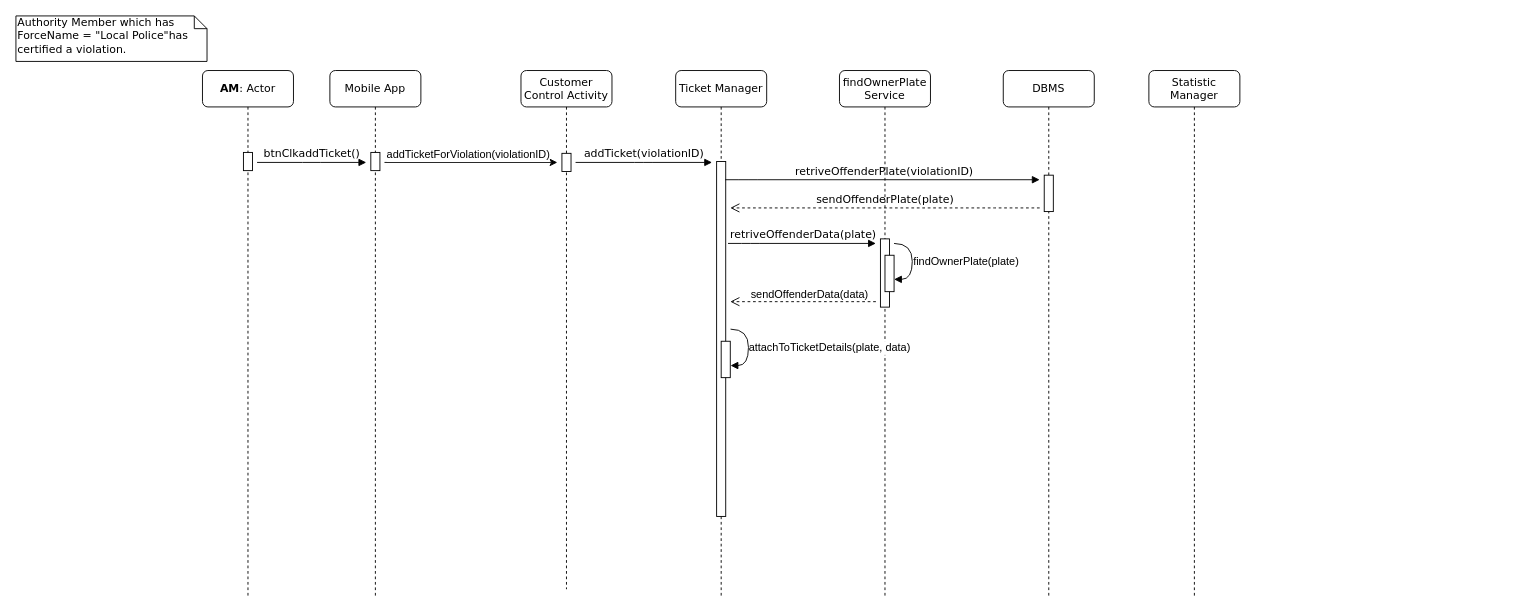
valearm/SafeStreets-Project-SE2 keeps this draw.io diagram as DD/sequenceDiagram/Untitled Diagram.drawio. Above is the earlier version. Source tidied: cells renumbered, new cells numbered last; positions are measured from the earlier drawing's top-left corner, leaving out a move shared by most shapes. Both pictures are drawn from the tidied source at 91%, with x=0, y=0 at pixel (15, 15).
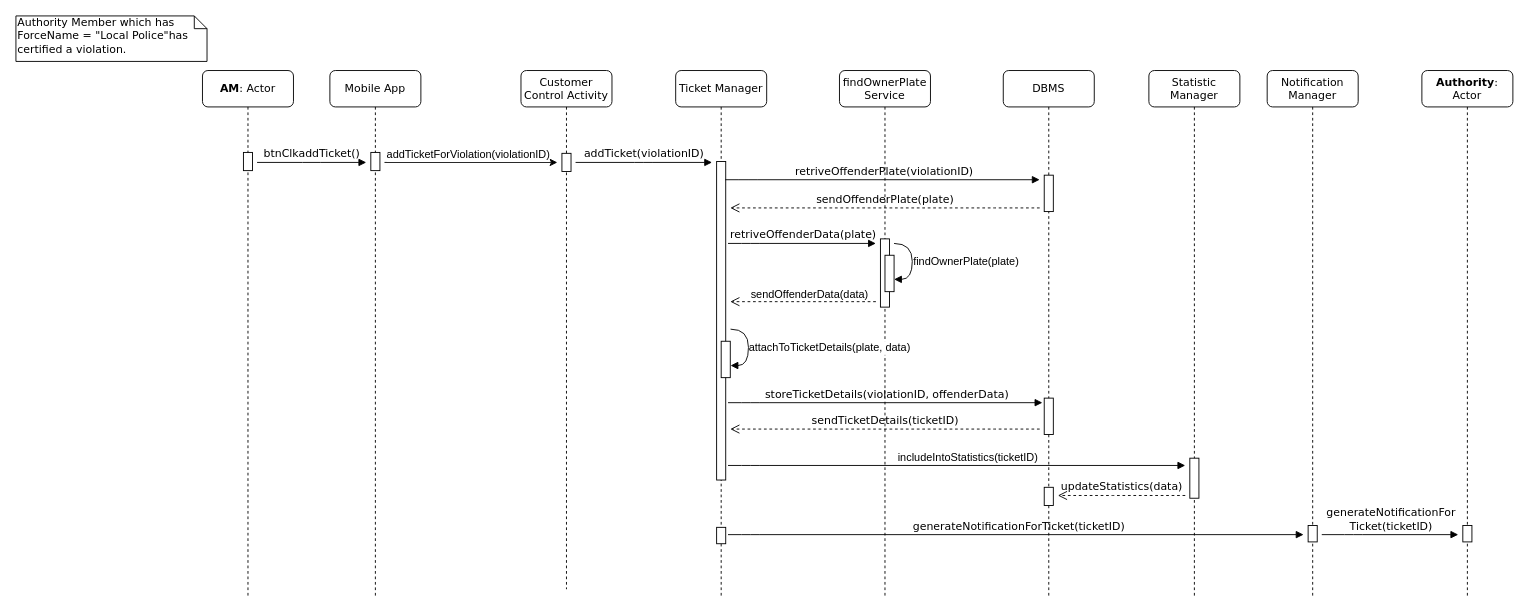
The same page after the edit.

The change refers to these unchanged cells:
```xml
<mxCell id="6" value="Ticket Manager" style="shape=umlLifeline;perimeter=lifelinePerimeter;whiteSpace=wrap;html=1;rounded=1;shadow=0;comic=0;labelBackgroundColor=none;strokeWidth=1;fontFamily=Verdana;fontSize=12;align=center;" parent="1" vertex="1">
  <mxGeometry x="725" y="60" width="100" height="580" as="geometry" />
</mxCell>
<mxCell id="11" value="Statistic Manager" style="shape=umlLifeline;perimeter=lifelinePerimeter;whiteSpace=wrap;html=1;rounded=1;shadow=0;comic=0;labelBackgroundColor=none;strokeWidth=1;fontFamily=Verdana;fontSize=12;align=center;" parent="1" vertex="1">
  <mxGeometry x="1245" y="60" width="100" height="580" as="geometry" />
</mxCell>
<mxCell id="20" value="DBMS" style="shape=umlLifeline;perimeter=lifelinePerimeter;whiteSpace=wrap;html=1;rounded=1;shadow=0;comic=0;labelBackgroundColor=none;strokeWidth=1;fontFamily=Verdana;fontSize=12;align=center;" parent="1" vertex="1">
  <mxGeometry x="1085" y="60" width="100" height="580" as="geometry" />
</mxCell>
```

Diff of the diagram source:
```diff
@@
     <mxCell id="7" style="html=1;perimeter=orthogonalPerimeter;rounded=0;shadow=0;comic=0;labelBackgroundColor=none;strokeWidth=1;fontFamily=Verdana;fontSize=12;align=center;" parent="6" vertex="1">
-      <mxGeometry x="45" y="100" width="10" height="390" as="geometry" />
+      <mxGeometry x="45" y="100" width="10" height="350" as="geometry" />
     </mxCell>
@@
+    <mxCell id="31" style="html=1;perimeter=orthogonalPerimeter;rounded=0;shadow=0;comic=0;labelBackgroundColor=none;strokeWidth=1;fontFamily=Verdana;fontSize=12;align=center;" parent="6" vertex="1">
+      <mxGeometry x="45" y="502" width="10" height="18" as="geometry" />
+    </mxCell>
@@
+    <mxCell id="32" style="html=1;perimeter=orthogonalPerimeter;rounded=0;shadow=0;comic=0;labelBackgroundColor=none;strokeWidth=1;fontFamily=Verdana;fontSize=12;align=center;" parent="11" vertex="1">
+      <mxGeometry x="45" y="426" width="10" height="44" as="geometry" />
+    </mxCell>
@@
+    <mxCell id="33" style="html=1;perimeter=orthogonalPerimeter;rounded=0;shadow=0;comic=0;labelBackgroundColor=none;strokeWidth=1;fontFamily=Verdana;fontSize=12;align=center;" parent="20" vertex="1">
+      <mxGeometry x="45" y="360" width="10" height="40" as="geometry" />
+    </mxCell>
+    <mxCell id="34" style="html=1;perimeter=orthogonalPerimeter;rounded=0;shadow=0;comic=0;labelBackgroundColor=none;strokeWidth=1;fontFamily=Verdana;fontSize=12;align=center;" parent="20" vertex="1">
+      <mxGeometry x="45" y="458" width="10" height="20" as="geometry" />
+    </mxCell>
@@
+    <mxCell id="35" value="storeTicketDetails(violationID, offenderData)" style="html=1;verticalAlign=bottom;endArrow=block;labelBackgroundColor=none;fontFamily=Verdana;fontSize=12;edgeStyle=elbowEdgeStyle;elbow=vertical;" parent="1" edge="1">
+      <mxGeometry x="0.01" relative="1" as="geometry">
+        <mxPoint x="782.5" y="425" as="sourcePoint" />
+        <mxPoint x="1128" y="425" as="targetPoint" />
+        <Array as="points">
+          <mxPoint x="807.5" y="425" />
+        </Array>
+      </mxGeometry>
+    </mxCell>
+    <mxCell id="36" value="sendTicketDetails(ticketID)" style="html=1;verticalAlign=bottom;endArrow=open;dashed=1;endSize=8;labelBackgroundColor=none;fontFamily=Verdana;fontSize=12;edgeStyle=elbowEdgeStyle;elbow=vertical;" parent="1" edge="1">
+      <mxGeometry relative="1" as="geometry">
+        <mxPoint x="1125" y="454" as="sourcePoint" />
+        <mxPoint x="785" y="454" as="targetPoint" />
+        <Array as="points">
+          <mxPoint x="1070" y="454" />
+          <mxPoint x="1100" y="454" />
+        </Array>
+      </mxGeometry>
+    </mxCell>
+    <mxCell id="37" style="html=1;verticalAlign=bottom;endArrow=block;labelBackgroundColor=none;fontFamily=Verdana;fontSize=12;edgeStyle=elbowEdgeStyle;elbow=vertical;" parent="1" edge="1">
+      <mxGeometry x="0.04" y="14" relative="1" as="geometry">
+        <mxPoint x="782.5" y="494" as="sourcePoint" />
+        <mxPoint x="1285" y="494" as="targetPoint" />
+        <Array as="points">
+          <mxPoint x="807.5" y="494" />
+        </Array>
+      </mxGeometry>
+    </mxCell>
+    <mxCell id="38" value="includeIntoStatistics(ticketID)" style="text;html=1;align=center;verticalAlign=middle;" parent="1" vertex="1">
+      <mxGeometry x="961" y="476" width="170" height="20" as="geometry" />
+    </mxCell>
+    <mxCell id="39" value="updateStatistics(data)" style="html=1;verticalAlign=bottom;endArrow=open;dashed=1;endSize=8;labelBackgroundColor=none;fontFamily=Verdana;fontSize=12;edgeStyle=elbowEdgeStyle;elbow=vertical;" parent="1" edge="1">
+      <mxGeometry relative="1" as="geometry">
+        <mxPoint x="1285" y="527" as="sourcePoint" />
+        <mxPoint x="1145" y="527" as="targetPoint" />
+      </mxGeometry>
+    </mxCell>
+    <mxCell id="40" value="&lt;b&gt;Authority&lt;/b&gt;: Actor" style="shape=umlLifeline;perimeter=lifelinePerimeter;whiteSpace=wrap;html=1;rounded=1;shadow=0;comic=0;labelBackgroundColor=none;strokeWidth=1;fontFamily=Verdana;fontSize=12;align=center;" parent="1" vertex="1">
+      <mxGeometry x="1545" y="60" width="100" height="580" as="geometry" />
+    </mxCell>
+    <mxCell id="41" style="html=1;perimeter=orthogonalPerimeter;rounded=0;shadow=0;comic=0;labelBackgroundColor=none;strokeWidth=1;fontFamily=Verdana;fontSize=12;align=center;" parent="40" vertex="1">
+      <mxGeometry x="45" y="500" width="10" height="18" as="geometry" />
+    </mxCell>
+    <mxCell id="42" value="Notification Manager" style="shape=umlLifeline;perimeter=lifelinePerimeter;whiteSpace=wrap;html=1;rounded=1;shadow=0;comic=0;labelBackgroundColor=none;strokeWidth=1;fontFamily=Verdana;fontSize=12;align=center;" parent="1" vertex="1">
+      <mxGeometry x="1375" y="60" width="100" height="580" as="geometry" />
+    </mxCell>
+    <mxCell id="43" style="html=1;perimeter=orthogonalPerimeter;rounded=0;shadow=0;comic=0;labelBackgroundColor=none;strokeWidth=1;fontFamily=Verdana;fontSize=12;align=center;" parent="42" vertex="1">
+      <mxGeometry x="45" y="500" width="10" height="18" as="geometry" />
+    </mxCell>
+    <mxCell id="44" value="generateNotificationForTicket(ticketID)" style="html=1;verticalAlign=bottom;endArrow=block;labelBackgroundColor=none;fontFamily=Verdana;fontSize=12;edgeStyle=elbowEdgeStyle;elbow=vertical;" parent="1" edge="1">
+      <mxGeometry x="0.01" relative="1" as="geometry">
+        <mxPoint x="782.5" y="570" as="sourcePoint" />
+        <mxPoint x="1415" y="570" as="targetPoint" />
+        <Array as="points">
+          <mxPoint x="807.5" y="570" />
+        </Array>
+      </mxGeometry>
+    </mxCell>
+    <mxCell id="45" value="&lt;div&gt;generateNotificationFor&lt;/div&gt;&lt;div&gt;Ticket(ticketID)&lt;/div&gt;" style="html=1;verticalAlign=bottom;endArrow=block;labelBackgroundColor=none;fontFamily=Verdana;fontSize=12;edgeStyle=elbowEdgeStyle;elbow=vertical;" parent="1" edge="1">
+      <mxGeometry x="0.01" relative="1" as="geometry">
+        <mxPoint x="1435" y="570" as="sourcePoint" />
+        <mxPoint x="1585" y="570" as="targetPoint" />
+        <Array as="points">
+          <mxPoint x="1470" y="570" />
+        </Array>
+      </mxGeometry>
+    </mxCell>
```
